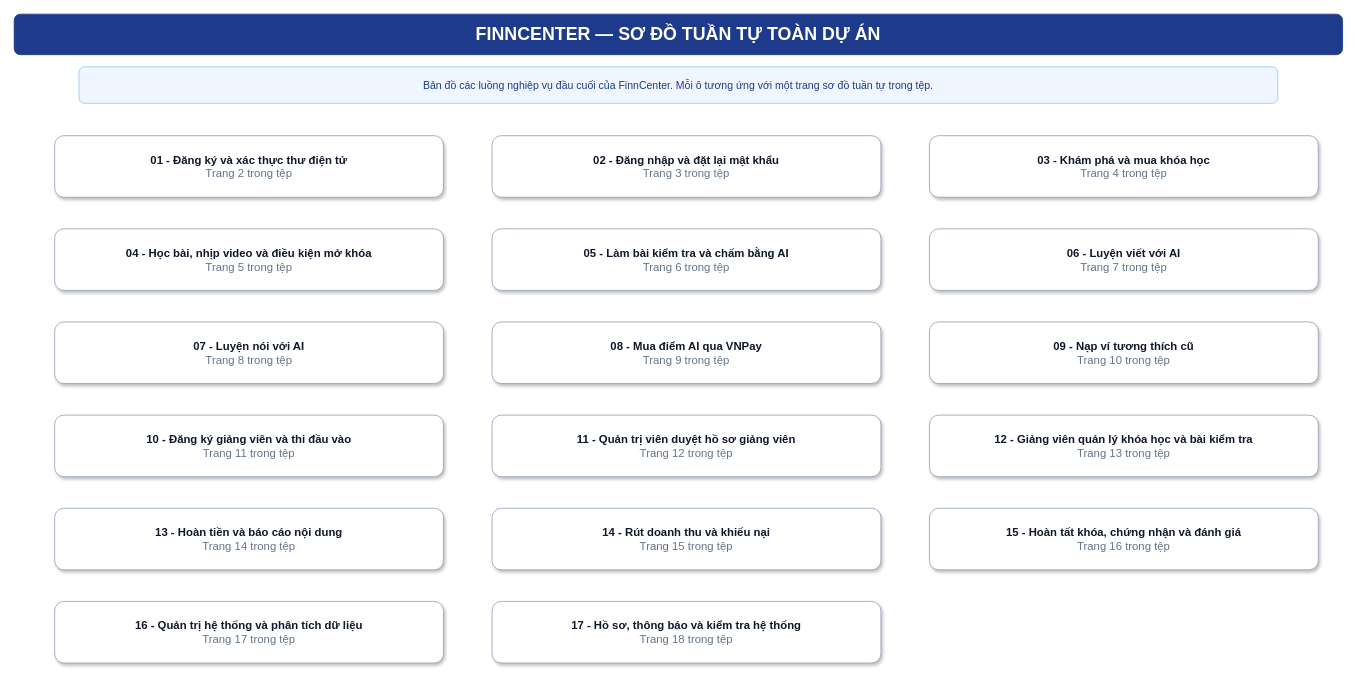
This is page "00 - Mục lục" (1 of 18) of docs/finncenter-sequence-diagrams.drawio from vunguyen00/final-pj, a draw.io file, before an edit. Source tidied: cells renumbered, new cells numbered last; positions are measured from the earlier drawing's top-left corner, leaving out a move shared by most shapes. Both pictures are drawn from the tidied source at 81%, with x=0, y=0 at pixel (14, 14).
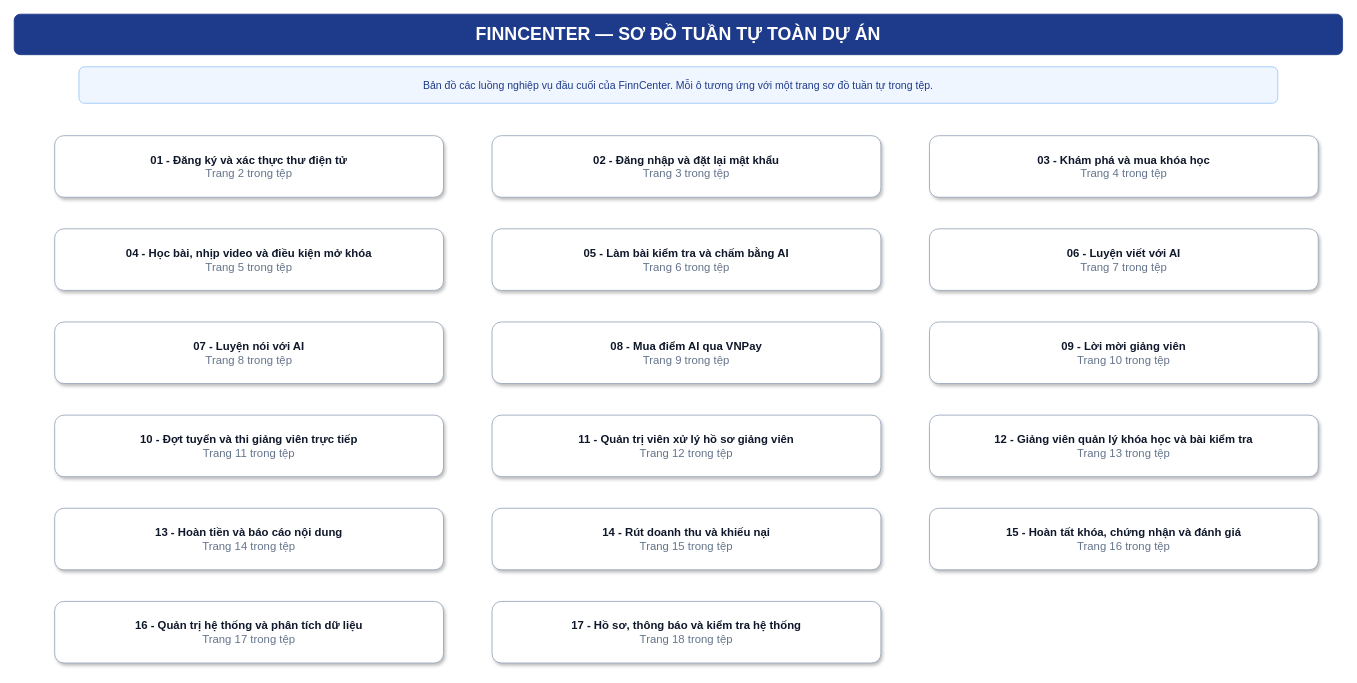
After the change.

Diff of the diagram source:
```diff
@@
-    <mxCell id="12" value="&lt;b&gt;09 - Nạp ví tương thích cũ&lt;/b&gt;&lt;br/&gt;&lt;font color=&quot;#64748b&quot;&gt;Trang 10 trong tệp&lt;/font&gt;" style="rounded=1;whiteSpace=wrap;html=1;fillColor=#ffffff;strokeColor=#94a3b8;fontColor=#0f172a;fontSize=14;shadow=1;spacing=10;" parent="1" vertex="1">
+    <mxCell id="12" value="&lt;b&gt;09 - Lời mời giảng viên&lt;/b&gt;&lt;br/&gt;&lt;font color=&quot;#64748b&quot;&gt;Trang 10 trong tệp&lt;/font&gt;" style="rounded=1;whiteSpace=wrap;html=1;fillColor=#ffffff;strokeColor=#94a3b8;fontColor=#0f172a;fontSize=14;shadow=1;spacing=10;" parent="1" vertex="1">
       <mxGeometry x="1130" y="380" width="480" height="76" as="geometry" />
     </mxCell>
-    <mxCell id="13" value="&lt;b&gt;10 - Đăng ký giảng viên và thi đầu vào&lt;/b&gt;&lt;br/&gt;&lt;font color=&quot;#64748b&quot;&gt;Trang 11 trong tệp&lt;/font&gt;" style="rounded=1;whiteSpace=wrap;html=1;fillColor=#ffffff;strokeColor=#94a3b8;fontColor=#0f172a;fontSize=14;shadow=1;spacing=10;" parent="1" vertex="1">
+    <mxCell id="13" value="&lt;b&gt;10 - Đợt tuyển và thi giảng viên trực tiếp&lt;/b&gt;&lt;br/&gt;&lt;font color=&quot;#64748b&quot;&gt;Trang 11 trong tệp&lt;/font&gt;" style="rounded=1;whiteSpace=wrap;html=1;fillColor=#ffffff;strokeColor=#94a3b8;fontColor=#0f172a;fontSize=14;shadow=1;spacing=10;" parent="1" vertex="1">
       <mxGeometry x="50" y="495" width="480" height="76" as="geometry" />
     </mxCell>
-    <mxCell id="14" value="&lt;b&gt;11 - Quản trị viên duyệt hồ sơ giảng viên&lt;/b&gt;&lt;br/&gt;&lt;font color=&quot;#64748b&quot;&gt;Trang 12 trong tệp&lt;/font&gt;" style="rounded=1;whiteSpace=wrap;html=1;fillColor=#ffffff;strokeColor=#94a3b8;fontColor=#0f172a;fontSize=14;shadow=1;spacing=10;" parent="1" vertex="1">
+    <mxCell id="14" value="&lt;b&gt;11 - Quản trị viên xử lý hồ sơ giảng viên&lt;/b&gt;&lt;br/&gt;&lt;font color=&quot;#64748b&quot;&gt;Trang 12 trong tệp&lt;/font&gt;" style="rounded=1;whiteSpace=wrap;html=1;fillColor=#ffffff;strokeColor=#94a3b8;fontColor=#0f172a;fontSize=14;shadow=1;spacing=10;" parent="1" vertex="1">
       <mxGeometry x="590" y="495" width="480" height="76" as="geometry" />
     </mxCell>
```
